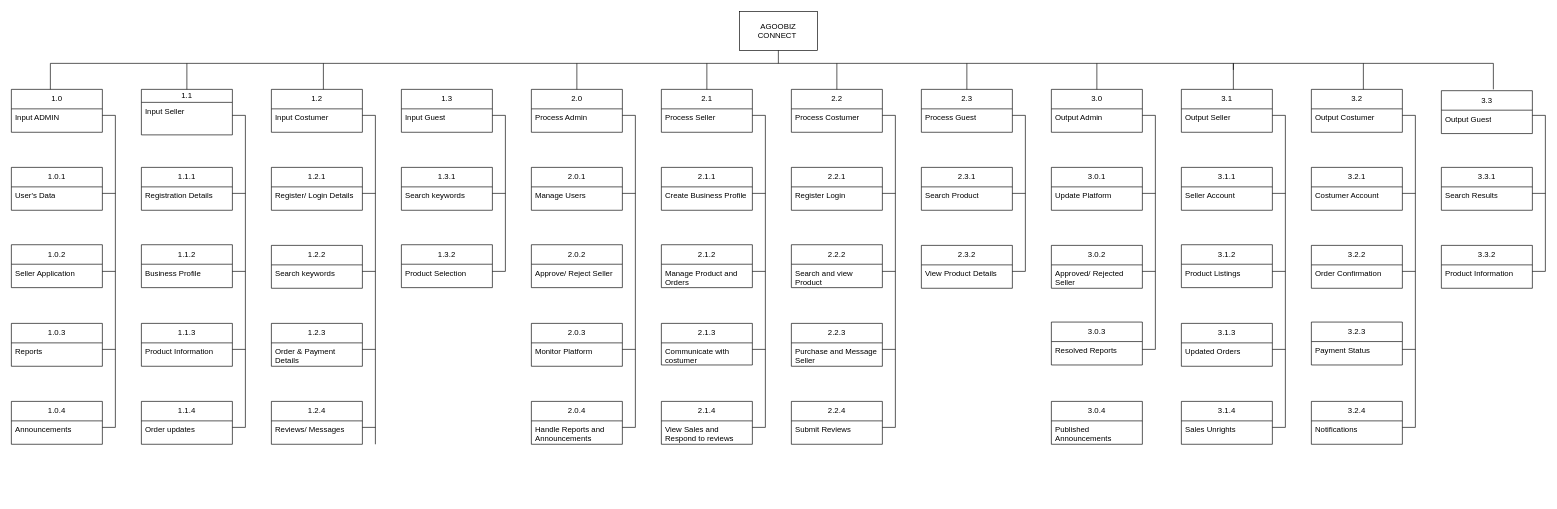
This is Charts and Graphs/03_HIPO_Diagram.drawio from StephanieRivales/AgooBiz_Connect, a draw.io file, before an edit. Source tidied: cells renumbered, new cells numbered last; positions are measured from the earlier drawing's top-left corner, leaving out a move shared by most shapes. Both pictures are drawn from the tidied source at 65%, with x=0, y=0 at pixel (11, 11).
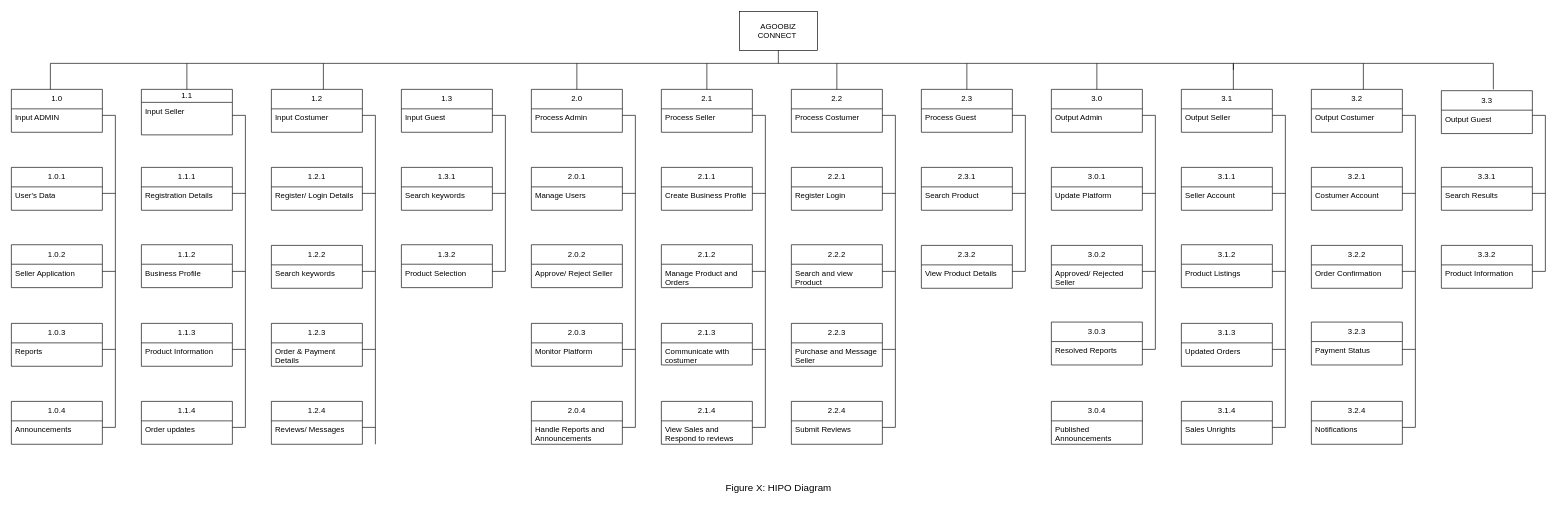
After the change.

The edit, as a diff of the source:
```diff
@@
+    <mxCell id="188" value="&lt;font style=&quot;font-size: 15px;&quot;&gt;Figure X: HIPO Diagram&lt;/font&gt;" style="text;html=1;align=center;verticalAlign=middle;strokeColor=none;fillColor=none;" parent="1" vertex="1">
+      <mxGeometry x="1085" y="718" width="190" height="30" as="geometry" />
+    </mxCell>
```
